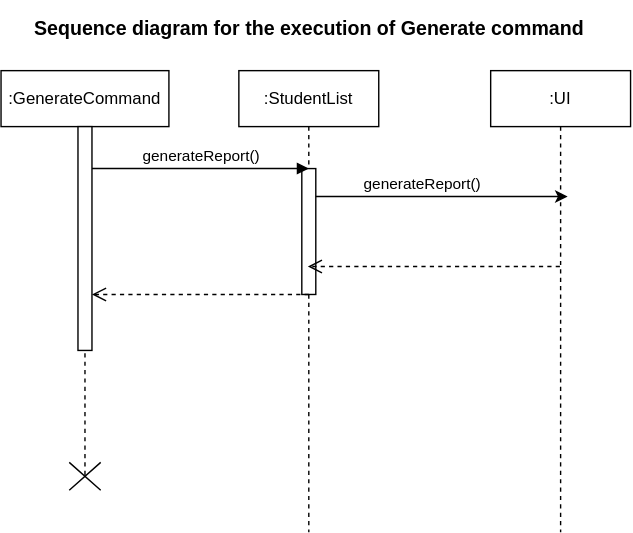
Before: docs/UML_Diagrams/GenerateCommandSequence.drawio.svg, a diagram exported from draw.io (paulktham/tp). Source tidied: cells renumbered, new cells last; positions are measured from the earlier drawing's top-left corner, leaving out a move shared by most shapes.
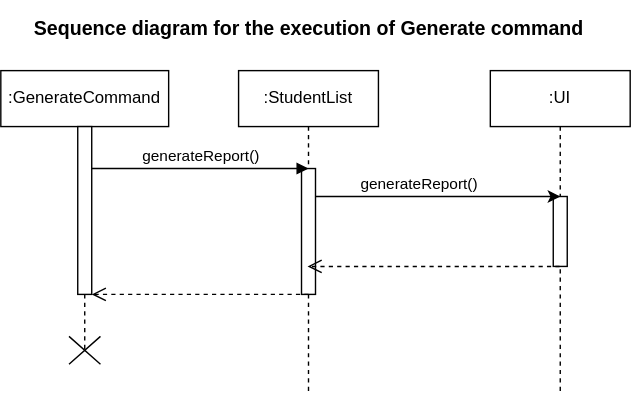
After the commit.

Commit message:
Adjust GenerateCommand sequence diagram

Change to the diagram source:
```diff
@@ -3,17 +3,23 @@
     <mxCell id="0" />
     <mxCell id="1" parent="0" />
     <mxCell id="2" value=":GenerateCommand" style="shape=umlLifeline;perimeter=lifelinePerimeter;whiteSpace=wrap;html=1;newEdgeStyle={&quot;curved&quot;:0,&quot;rounded&quot;:0};" parent="1" vertex="1">
-      <mxGeometry y="50" width="120" height="290" as="geometry" />
+      <mxGeometry y="50" width="120" height="200" as="geometry" />
     </mxCell>
+    <mxCell id="14" style="shape=umlDestroy;whiteSpace=wrap;html=1;strokeWidth=1;targetShapes=umlLifeline;strokeColor=default;fillColor=default;" parent="2" vertex="1">
+      <mxGeometry x="48.8" y="190" width="22.5" height="20" as="geometry" />
+    </mxCell>
     <mxCell id="3" value=":StudentList" style="shape=umlLifeline;perimeter=lifelinePerimeter;whiteSpace=wrap;html=1;newEdgeStyle={&quot;curved&quot;:0,&quot;rounded&quot;:0};" parent="1" vertex="1">
-      <mxGeometry x="170" y="50" width="100" height="330" as="geometry" />
+      <mxGeometry x="170" y="50" width="100" height="230" as="geometry" />
     </mxCell>
     <mxCell id="4" style="html=1;perimeter=orthogonalPerimeter;targetShapes=umlLifeline;newEdgeStyle={&quot;curved&quot;:0,&quot;rounded&quot;:0};" parent="3" vertex="1">
       <mxGeometry x="45" y="70" width="10" height="90" as="geometry" />
     </mxCell>
     <mxCell id="5" value=":UI" style="shape=umlLifeline;perimeter=lifelinePerimeter;whiteSpace=wrap;html=1;newEdgeStyle={&quot;curved&quot;:0,&quot;rounded&quot;:0};" parent="1" vertex="1">
-      <mxGeometry x="350" y="50" width="100" height="330" as="geometry" />
+      <mxGeometry x="350" y="50" width="100" height="230" as="geometry" />
     </mxCell>
+    <mxCell id="15" style="rounded=0;whiteSpace=wrap;html=1;" parent="1" vertex="1">
+      <mxGeometry x="395" y="140" width="10" height="50" as="geometry" />
+    </mxCell>
     <mxCell id="6" style="html=1;verticalAlign=bottom;endArrow=open;dashed=1;endSize=8;curved=0;rounded=0;" parent="1" edge="1">
       <mxGeometry relative="1" as="geometry">
         <mxPoint x="399.5" y="190" as="sourcePoint" />
@@ -33,7 +39,7 @@
       <mxGeometry x="25" width="390" height="40" as="geometry" />
     </mxCell>
     <mxCell id="9" style="html=1;perimeter=orthogonalPerimeter;targetShapes=umlLifeline;newEdgeStyle={&quot;curved&quot;:0,&quot;rounded&quot;:0};" parent="1" vertex="1">
-      <mxGeometry x="55" y="90" width="10" height="160" as="geometry" />
+      <mxGeometry x="55" y="90" width="10" height="120" as="geometry" />
     </mxCell>
     <mxCell id="10" style="html=1;verticalAlign=bottom;endArrow=open;dashed=1;endSize=8;curved=0;rounded=0;" parent="1" edge="1">
       <mxGeometry relative="1" as="geometry">
@@ -44,7 +50,7 @@
     <mxCell id="11" style="endArrow=classic;html=1;rounded=0;" parent="1" edge="1">
       <mxGeometry relative="1" as="geometry">
         <mxPoint x="225" y="140" as="sourcePoint" />
-        <mxPoint x="405" y="140" as="targetPoint" />
+        <mxPoint x="400" y="140" as="targetPoint" />
         <Array as="points">
           <mxPoint x="335" y="140" />
         </Array>
@@ -55,8 +61,5 @@
         <mxPoint x="-7" y="-11" as="offset" />
       </mxGeometry>
     </mxCell>
-    <mxCell id="13" style="shape=umlDestroy;whiteSpace=wrap;html=1;strokeWidth=1;targetShapes=umlLifeline;strokeColor=default;fillColor=default;" parent="1" vertex="1">
-      <mxGeometry x="48.8" y="330" width="22.5" height="20" as="geometry" />
-    </mxCell>
   </root>
 </mxGraphModel>
```
